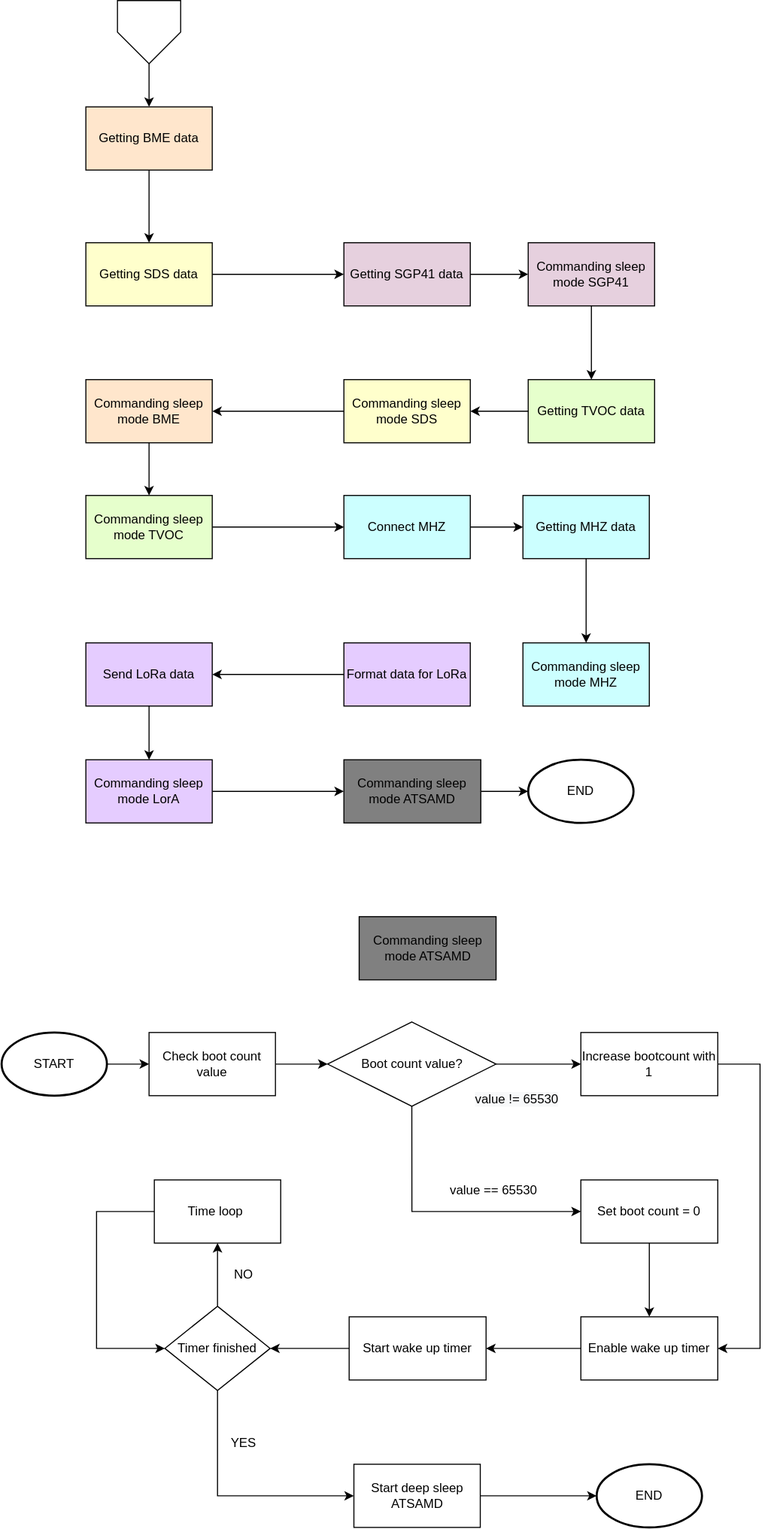
This is assets/FlowChart-ATSAMD_2.svg from 747oli/Luchtkwaliteitssensor_analyse, a draw.io export, as it was before one commit. Source tidied: cells renumbered, new cells last; positions are measured from the earlier drawing's top-left corner, leaving out a move shared by most shapes.
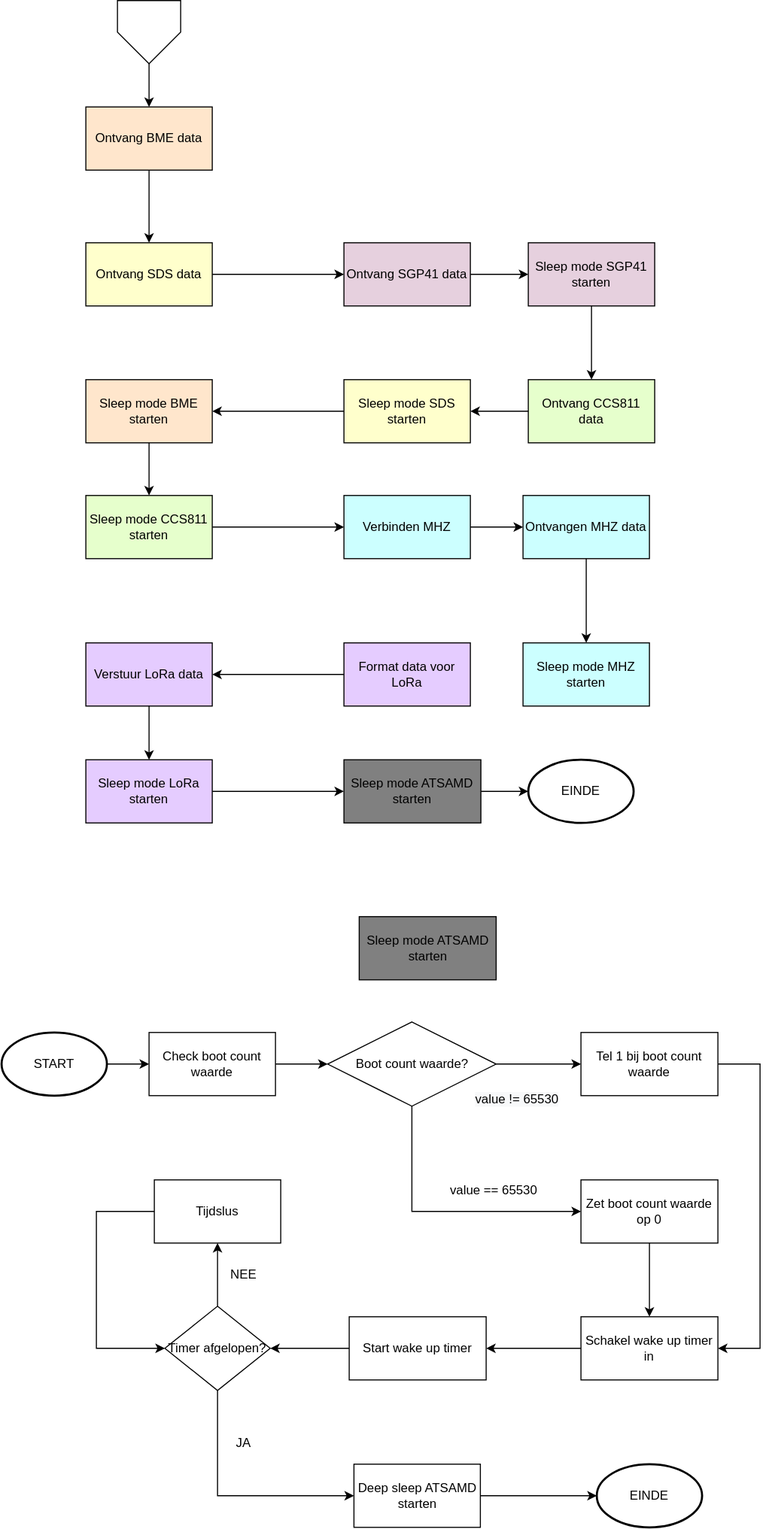
Above is the later version.

Diff of the diagram source:
```diff
@@ -5,34 +5,34 @@
     <mxCell id="2" style="edgeStyle=orthogonalEdgeStyle;rounded=0;jettySize=auto;html=1;" parent="1" edge="1" source="3" target="5">
       <mxGeometry relative="1" as="geometry" />
     </mxCell>
-    <mxCell id="3" value="Getting BME data" style="rounded=0;whiteSpace=wrap;html=1;fillColor=#FFE6CC;" parent="1" vertex="1">
+    <mxCell id="3" value="Ontvang BME data" style="rounded=0;whiteSpace=wrap;html=1;fillColor=#FFE6CC;" parent="1" vertex="1">
       <mxGeometry x="80" y="101" width="120" height="60" as="geometry" />
     </mxCell>
     <mxCell id="4" style="edgeStyle=orthogonalEdgeStyle;rounded=0;jettySize=auto;html=1;exitX=1;exitY=0.5;exitDx=0;exitDy=0;" parent="1" edge="1" source="5" target="29">
       <mxGeometry relative="1" as="geometry" />
     </mxCell>
-    <mxCell id="5" value="Getting SDS data" style="rounded=0;whiteSpace=wrap;html=1;fillColor=#FFFFCC;" parent="1" vertex="1">
+    <mxCell id="5" value="Ontvang SDS data" style="rounded=0;whiteSpace=wrap;html=1;fillColor=#FFFFCC;" parent="1" vertex="1">
       <mxGeometry x="80" y="230" width="120" height="60" as="geometry" />
     </mxCell>
-    <mxCell id="6" value="Getting TVOC data" style="rounded=0;whiteSpace=wrap;html=1;fillColor=#E6FFCC;" parent="1" vertex="1">
+    <mxCell id="6" value="Ontvang CCS811 data" style="rounded=0;whiteSpace=wrap;html=1;fillColor=#E6FFCC;" parent="1" vertex="1">
       <mxGeometry x="500" y="360" width="120" height="60" as="geometry" />
     </mxCell>
     <mxCell id="7" style="edgeStyle=orthogonalEdgeStyle;rounded=0;jettySize=auto;html=1;exitX=0;exitY=0.5;exitDx=0;exitDy=0;entryX=1;entryY=0.5;entryDx=0;entryDy=0;" parent="1" edge="1" source="8" target="10">
       <mxGeometry relative="1" as="geometry" />
     </mxCell>
-    <mxCell id="8" value="Commanding sleep mode SDS" style="rounded=0;whiteSpace=wrap;html=1;fillColor=#FFFFCC;" parent="1" vertex="1">
+    <mxCell id="8" value="Sleep mode SDS starten" style="rounded=0;whiteSpace=wrap;html=1;fillColor=#FFFFCC;" parent="1" vertex="1">
       <mxGeometry x="325" y="360" width="120" height="60" as="geometry" />
     </mxCell>
     <mxCell id="9" style="edgeStyle=orthogonalEdgeStyle;rounded=0;jettySize=auto;html=1;" parent="1" edge="1" source="10" target="12">
       <mxGeometry relative="1" as="geometry" />
     </mxCell>
-    <mxCell id="10" value="Commanding sleep mode BME" style="rounded=0;whiteSpace=wrap;html=1;fillColor=#FFE6CC;" parent="1" vertex="1">
+    <mxCell id="10" value="Sleep mode BME starten" style="rounded=0;whiteSpace=wrap;html=1;fillColor=#FFE6CC;" parent="1" vertex="1">
       <mxGeometry x="80" y="360" width="120" height="60" as="geometry" />
     </mxCell>
     <mxCell id="11" style="edgeStyle=orthogonalEdgeStyle;rounded=0;jettySize=auto;html=1;exitX=1;exitY=0.5;exitDx=0;exitDy=0;entryX=0;entryY=0.5;entryDx=0;entryDy=0;" parent="1" edge="1" source="12" target="15">
       <mxGeometry relative="1" as="geometry" />
     </mxCell>
-    <mxCell id="12" value="Commanding sleep mode TVOC" style="rounded=0;whiteSpace=wrap;html=1;fillColor=#E6FFCC;" parent="1" vertex="1">
+    <mxCell id="12" value="Sleep mode CCS811 starten" style="rounded=0;whiteSpace=wrap;html=1;fillColor=#E6FFCC;" parent="1" vertex="1">
       <mxGeometry x="80" y="470" width="120" height="60" as="geometry" />
     </mxCell>
     <mxCell id="13" style="endArrow=classic;html=1;exitX=0;exitY=0.5;exitDx=0;exitDy=0;entryX=1;entryY=0.5;entryDx=0;entryDy=0;" parent="1" edge="1" source="6" target="8">
@@ -41,40 +41,40 @@
     <mxCell id="14" style="edgeStyle=orthogonalEdgeStyle;rounded=0;jettySize=auto;html=1;" parent="1" edge="1" source="15" target="17">
       <mxGeometry relative="1" as="geometry" />
     </mxCell>
-    <mxCell id="15" value="Connect MHZ" style="rounded=0;whiteSpace=wrap;html=1;fillColor=#CCFFFF;" parent="1" vertex="1">
+    <mxCell id="15" value="Verbinden MHZ" style="rounded=0;whiteSpace=wrap;html=1;fillColor=#CCFFFF;" parent="1" vertex="1">
       <mxGeometry x="325" y="470" width="120" height="60" as="geometry" />
     </mxCell>
     <mxCell id="16" style="edgeStyle=orthogonalEdgeStyle;rounded=0;jettySize=auto;html=1;" parent="1" edge="1" source="17" target="18">
       <mxGeometry relative="1" as="geometry" />
     </mxCell>
-    <mxCell id="17" value="Getting MHZ data" style="rounded=0;whiteSpace=wrap;html=1;fillColor=#CCFFFF;" parent="1" vertex="1">
+    <mxCell id="17" value="Ontvangen MHZ data" style="rounded=0;whiteSpace=wrap;html=1;fillColor=#CCFFFF;" parent="1" vertex="1">
       <mxGeometry x="495" y="470" width="120" height="60" as="geometry" />
     </mxCell>
-    <mxCell id="18" value="Commanding sleep mode MHZ" style="rounded=0;whiteSpace=wrap;html=1;fillColor=#CCFFFF;" parent="1" vertex="1">
+    <mxCell id="18" value="Sleep mode MHZ starten" style="rounded=0;whiteSpace=wrap;html=1;fillColor=#CCFFFF;" parent="1" vertex="1">
       <mxGeometry x="495" y="610" width="120" height="60" as="geometry" />
     </mxCell>
     <mxCell id="19" style="edgeStyle=orthogonalEdgeStyle;rounded=0;jettySize=auto;html=1;exitX=0;exitY=0.5;exitDx=0;exitDy=0;entryX=1;entryY=0.5;entryDx=0;entryDy=0;" parent="1" edge="1" source="20" target="22">
       <mxGeometry relative="1" as="geometry" />
     </mxCell>
-    <mxCell id="20" value="Format data for LoRa" style="rounded=0;whiteSpace=wrap;html=1;fillColor=#E5CCFF;" parent="1" vertex="1">
+    <mxCell id="20" value="Format data voor LoRa" style="rounded=0;whiteSpace=wrap;html=1;fillColor=#E5CCFF;" parent="1" vertex="1">
       <mxGeometry x="325" y="610" width="120" height="60" as="geometry" />
     </mxCell>
     <mxCell id="21" style="edgeStyle=orthogonalEdgeStyle;rounded=0;jettySize=auto;html=1;" parent="1" edge="1" source="22" target="24">
       <mxGeometry relative="1" as="geometry" />
     </mxCell>
-    <mxCell id="22" value="Send LoRa data" style="rounded=0;whiteSpace=wrap;html=1;fillColor=#E5CCFF;" parent="1" vertex="1">
+    <mxCell id="22" value="Verstuur LoRa data" style="rounded=0;whiteSpace=wrap;html=1;fillColor=#E5CCFF;" parent="1" vertex="1">
       <mxGeometry x="80" y="610" width="120" height="60" as="geometry" />
     </mxCell>
     <mxCell id="23" style="edgeStyle=orthogonalEdgeStyle;rounded=0;jettySize=auto;html=1;exitX=1;exitY=0.5;exitDx=0;exitDy=0;" parent="1" edge="1" source="24" target="58">
       <mxGeometry relative="1" as="geometry" />
     </mxCell>
-    <mxCell id="24" value="Commanding sleep mode LorA" style="rounded=0;whiteSpace=wrap;html=1;fillColor=#E5CCFF;" parent="1" vertex="1">
+    <mxCell id="24" value="Sleep mode LoRa starten" style="rounded=0;whiteSpace=wrap;html=1;fillColor=#E5CCFF;" parent="1" vertex="1">
       <mxGeometry x="80" y="721" width="120" height="60" as="geometry" />
     </mxCell>
-    <mxCell id="25" value="NO" style="text;html=1;strokeColor=none;fillColor=none;align=center;verticalAlign=middle;whiteSpace=wrap;rounded=0;" parent="1" vertex="1">
+    <mxCell id="25" value="NEE" style="text;html=1;strokeColor=none;fillColor=none;align=center;verticalAlign=middle;whiteSpace=wrap;rounded=0;" parent="1" vertex="1">
       <mxGeometry x="210" y="1200" width="40" height="20" as="geometry" />
     </mxCell>
-    <mxCell id="26" value="YES" style="text;html=1;strokeColor=none;fillColor=none;align=center;verticalAlign=middle;whiteSpace=wrap;rounded=0;" parent="1" vertex="1">
+    <mxCell id="26" value="JA" style="text;html=1;strokeColor=none;fillColor=none;align=center;verticalAlign=middle;whiteSpace=wrap;rounded=0;" parent="1" vertex="1">
       <mxGeometry x="210" y="1360" width="40" height="20" as="geometry" />
     </mxCell>
     <mxCell id="27" value="&lt;span style=&quot;color: rgb(0 , 0 , 0) ; font-family: &amp;#34;helvetica&amp;#34; ; font-size: 12px ; font-style: normal ; font-weight: 400 ; letter-spacing: normal ; text-align: center ; text-indent: 0px ; text-transform: none ; word-spacing: 0px ; background-color: rgb(248 , 249 , 250) ; display: inline ; float: none&quot;&gt;value != 65530&lt;/span&gt;" style="text;whiteSpace=wrap;html=1;" parent="1" vertex="1">
@@ -83,16 +83,16 @@
     <mxCell id="28" style="edgeStyle=orthogonalEdgeStyle;rounded=0;jettySize=auto;html=1;exitX=1;exitY=0.5;exitDx=0;exitDy=0;" parent="1" edge="1" source="29" target="31">
       <mxGeometry relative="1" as="geometry" />
     </mxCell>
-    <mxCell id="29" value="Getting SGP41 data" style="rounded=0;whiteSpace=wrap;html=1;fillColor=#E6D0DE;" parent="1" vertex="1">
+    <mxCell id="29" value="Ontvang SGP41 data" style="rounded=0;whiteSpace=wrap;html=1;fillColor=#E6D0DE;" parent="1" vertex="1">
       <mxGeometry x="325" y="230" width="120" height="60" as="geometry" />
     </mxCell>
     <mxCell id="30" style="edgeStyle=orthogonalEdgeStyle;rounded=0;jettySize=auto;html=1;" parent="1" edge="1" source="31" target="6">
       <mxGeometry relative="1" as="geometry" />
     </mxCell>
-    <mxCell id="31" value="Commanding sleep mode SGP41" style="rounded=0;whiteSpace=wrap;html=1;fillColor=#E6D0DE;" parent="1" vertex="1">
+    <mxCell id="31" value="Sleep mode SGP41 starten" style="rounded=0;whiteSpace=wrap;html=1;fillColor=#E6D0DE;" parent="1" vertex="1">
       <mxGeometry x="500" y="230" width="120" height="60" as="geometry" />
     </mxCell>
-    <mxCell id="32" value="&lt;span&gt;Commanding sleep mode ATSAMD&lt;/span&gt;" style="rounded=0;whiteSpace=wrap;html=1;fillColor=#808080;" parent="1" vertex="1">
+    <mxCell id="32" value="&lt;span&gt;Sleep mode ATSAMD starten&lt;/span&gt;" style="rounded=0;whiteSpace=wrap;html=1;fillColor=#808080;" parent="1" vertex="1">
       <mxGeometry x="339.5" y="870" width="130" height="60" as="geometry" />
     </mxCell>
     <mxCell id="33" style="edgeStyle=orthogonalEdgeStyle;rounded=0;jettySize=auto;html=1;" parent="1" edge="1" source="35" target="43">
@@ -101,7 +101,7 @@
     <mxCell id="34" style="edgeStyle=orthogonalEdgeStyle;rounded=0;jettySize=auto;html=1;exitX=0.5;exitY=1;exitDx=0;exitDy=0;entryX=0;entryY=0.5;entryDx=0;entryDy=0;" parent="1" edge="1" source="35" target="41">
       <mxGeometry relative="1" as="geometry" />
     </mxCell>
-    <mxCell id="35" value="Boot count value?" style="rhombus;whiteSpace=wrap;html=1;" parent="1" vertex="1">
+    <mxCell id="35" value="Boot count waarde?" style="rhombus;whiteSpace=wrap;html=1;" parent="1" vertex="1">
       <mxGeometry x="309.5" y="970" width="160" height="80" as="geometry" />
     </mxCell>
     <mxCell id="36" style="edgeStyle=orthogonalEdgeStyle;rounded=0;jettySize=auto;html=1;" parent="1" edge="1" source="37" target="39">
@@ -113,13 +113,13 @@
     <mxCell id="38" style="edgeStyle=orthogonalEdgeStyle;rounded=0;jettySize=auto;html=1;" parent="1" edge="1" source="39" target="35">
       <mxGeometry relative="1" as="geometry" />
     </mxCell>
-    <mxCell id="39" value="Check boot count value" style="rounded=0;whiteSpace=wrap;html=1;" parent="1" vertex="1">
+    <mxCell id="39" value="Check boot count waarde" style="rounded=0;whiteSpace=wrap;html=1;" parent="1" vertex="1">
       <mxGeometry x="140" y="980" width="120" height="60" as="geometry" />
     </mxCell>
     <mxCell id="40" style="edgeStyle=orthogonalEdgeStyle;rounded=0;jettySize=auto;html=1;" parent="1" edge="1" source="41" target="45">
       <mxGeometry relative="1" as="geometry" />
     </mxCell>
-    <mxCell id="41" value="Set boot count = 0" style="rounded=0;whiteSpace=wrap;html=1;" parent="1" vertex="1">
+    <mxCell id="41" value="Zet boot count waarde op 0" style="rounded=0;whiteSpace=wrap;html=1;" parent="1" vertex="1">
       <mxGeometry x="550" y="1120" width="130" height="60" as="geometry" />
     </mxCell>
     <mxCell id="42" style="edgeStyle=orthogonalEdgeStyle;rounded=0;jettySize=auto;html=1;exitX=1;exitY=0.5;exitDx=0;exitDy=0;entryX=1;entryY=0.5;entryDx=0;entryDy=0;" parent="1" edge="1" source="43" target="45">
@@ -130,13 +130,13 @@
         </Array>
       </mxGeometry>
     </mxCell>
-    <mxCell id="43" value="Increase bootcount with 1" style="rounded=0;whiteSpace=wrap;html=1;" parent="1" vertex="1">
+    <mxCell id="43" value="Tel 1 bij boot count waarde" style="rounded=0;whiteSpace=wrap;html=1;" parent="1" vertex="1">
       <mxGeometry x="550" y="980" width="130" height="60" as="geometry" />
     </mxCell>
     <mxCell id="44" style="edgeStyle=orthogonalEdgeStyle;rounded=0;jettySize=auto;html=1;" parent="1" edge="1" source="45" target="47">
       <mxGeometry relative="1" as="geometry" />
     </mxCell>
-    <mxCell id="45" value="Enable wake up timer" style="rounded=0;whiteSpace=wrap;html=1;" parent="1" vertex="1">
+    <mxCell id="45" value="Schakel wake up timer in" style="rounded=0;whiteSpace=wrap;html=1;" parent="1" vertex="1">
       <mxGeometry x="550" y="1250" width="130" height="60" as="geometry" />
     </mxCell>
     <mxCell id="46" style="edgeStyle=orthogonalEdgeStyle;rounded=0;jettySize=auto;html=1;" parent="1" edge="1" source="47" target="50">
@@ -151,7 +151,7 @@
     <mxCell id="49" style="edgeStyle=orthogonalEdgeStyle;rounded=0;jettySize=auto;html=1;exitX=0.5;exitY=1;exitDx=0;exitDy=0;entryX=0;entryY=0.5;entryDx=0;entryDy=0;" parent="1" edge="1" source="50" target="54">
       <mxGeometry relative="1" as="geometry" />
     </mxCell>
-    <mxCell id="50" value="Timer finished" style="rhombus;whiteSpace=wrap;html=1;" parent="1" vertex="1">
+    <mxCell id="50" value="Timer afgelopen?" style="rhombus;whiteSpace=wrap;html=1;" parent="1" vertex="1">
       <mxGeometry x="155" y="1240" width="100" height="80" as="geometry" />
     </mxCell>
     <mxCell id="51" style="edgeStyle=orthogonalEdgeStyle;rounded=0;jettySize=auto;html=1;entryX=0;entryY=0.5;entryDx=0;entryDy=0;" parent="1" edge="1" source="52" target="50">
@@ -162,16 +162,16 @@
         </Array>
       </mxGeometry>
     </mxCell>
-    <mxCell id="52" value="Time loop&amp;nbsp;" style="rounded=0;whiteSpace=wrap;html=1;" parent="1" vertex="1">
+    <mxCell id="52" value="Tijdslus" style="rounded=0;whiteSpace=wrap;html=1;" parent="1" vertex="1">
       <mxGeometry x="145" y="1120" width="120" height="60" as="geometry" />
     </mxCell>
     <mxCell id="53" style="edgeStyle=orthogonalEdgeStyle;rounded=0;jettySize=auto;html=1;" parent="1" edge="1" source="54" target="55">
       <mxGeometry relative="1" as="geometry" />
     </mxCell>
-    <mxCell id="54" value="Start deep sleep ATSAMD" style="rounded=0;whiteSpace=wrap;html=1;" parent="1" vertex="1">
+    <mxCell id="54" value="Deep sleep ATSAMD starten" style="rounded=0;whiteSpace=wrap;html=1;" parent="1" vertex="1">
       <mxGeometry x="334.5" y="1390" width="120" height="60" as="geometry" />
     </mxCell>
-    <mxCell id="55" value="END" style="strokeWidth=2;html=1;shape=mxgraph.flowchart.start_1;whiteSpace=wrap;" parent="1" vertex="1">
+    <mxCell id="55" value="EINDE" style="strokeWidth=2;html=1;shape=mxgraph.flowchart.start_1;whiteSpace=wrap;" parent="1" vertex="1">
       <mxGeometry x="565" y="1390" width="100" height="60" as="geometry" />
     </mxCell>
     <mxCell id="56" value="value == 65530" style="text;html=1;strokeColor=none;fillColor=none;align=center;verticalAlign=middle;whiteSpace=wrap;rounded=0;" parent="1" vertex="1">
@@ -180,10 +180,10 @@
     <mxCell id="57" style="edgeStyle=orthogonalEdgeStyle;rounded=0;jettySize=auto;html=1;" parent="1" edge="1" source="58" target="59">
       <mxGeometry relative="1" as="geometry" />
     </mxCell>
-    <mxCell id="58" value="&lt;span&gt;Commanding sleep mode ATSAMD&lt;/span&gt;" style="rounded=0;whiteSpace=wrap;html=1;fillColor=#808080;" parent="1" vertex="1">
+    <mxCell id="58" value="&lt;span&gt;Sleep mode ATSAMD starten&lt;/span&gt;" style="rounded=0;whiteSpace=wrap;html=1;fillColor=#808080;" parent="1" vertex="1">
       <mxGeometry x="325" y="721" width="130" height="60" as="geometry" />
     </mxCell>
-    <mxCell id="59" value="END" style="strokeWidth=2;html=1;shape=mxgraph.flowchart.start_1;whiteSpace=wrap;" parent="1" vertex="1">
+    <mxCell id="59" value="EINDE" style="strokeWidth=2;html=1;shape=mxgraph.flowchart.start_1;whiteSpace=wrap;" parent="1" vertex="1">
       <mxGeometry x="500" y="721" width="100" height="60" as="geometry" />
     </mxCell>
     <mxCell id="60" style="edgeStyle=orthogonalEdgeStyle;rounded=0;jettySize=auto;html=1;" parent="1" edge="1" source="61" target="3">
```
